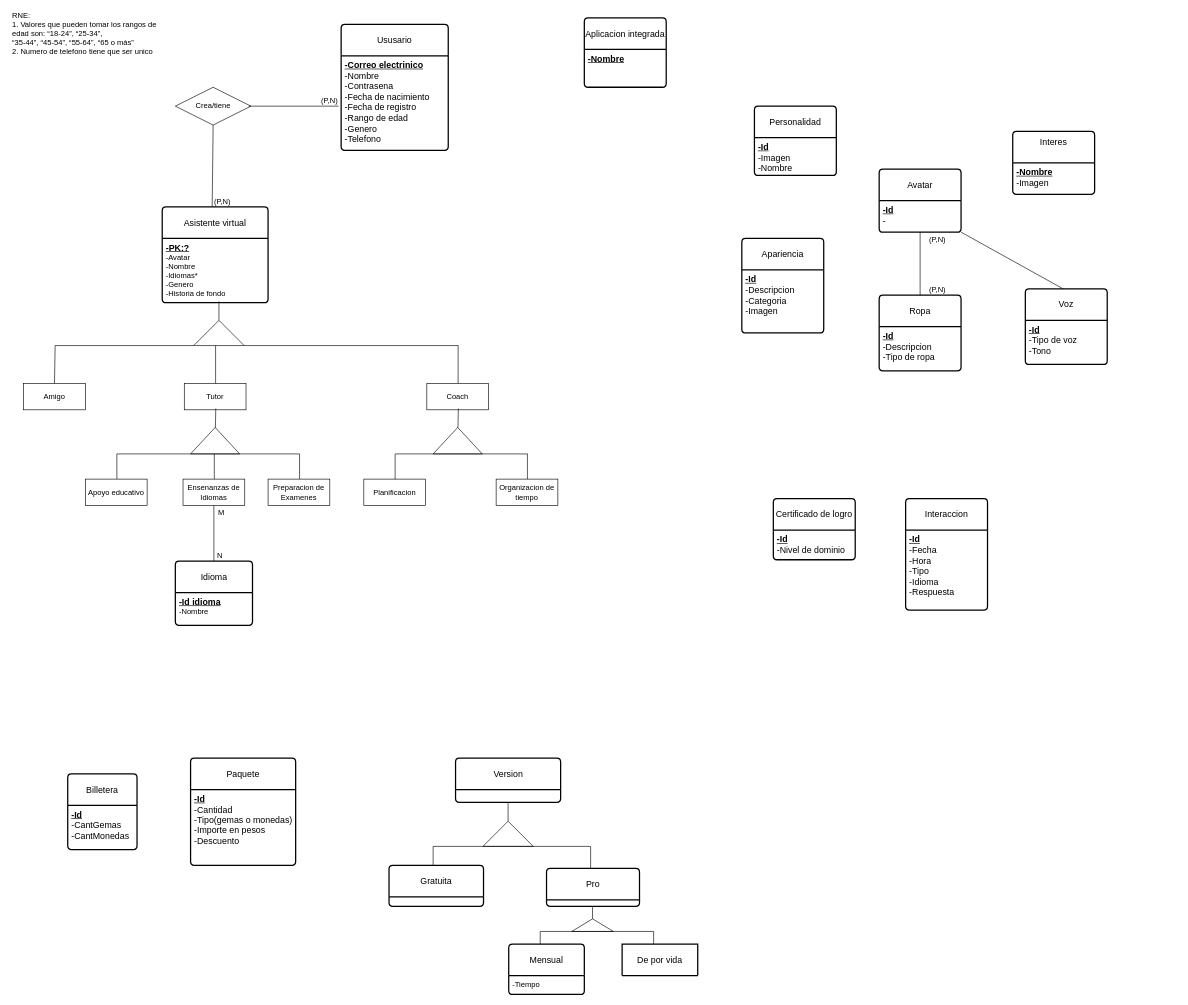
This is Untitled Diagram.drawio from Nicopiriz18/obligatorio_BD, a draw.io file, before an edit. Source tidied: cells renumbered, new cells numbered last; positions are measured from the earlier drawing's top-left corner, leaving out a move shared by most shapes. Both pictures are drawn from the tidied source at 63%, with x=0, y=0 at pixel (11, 18).
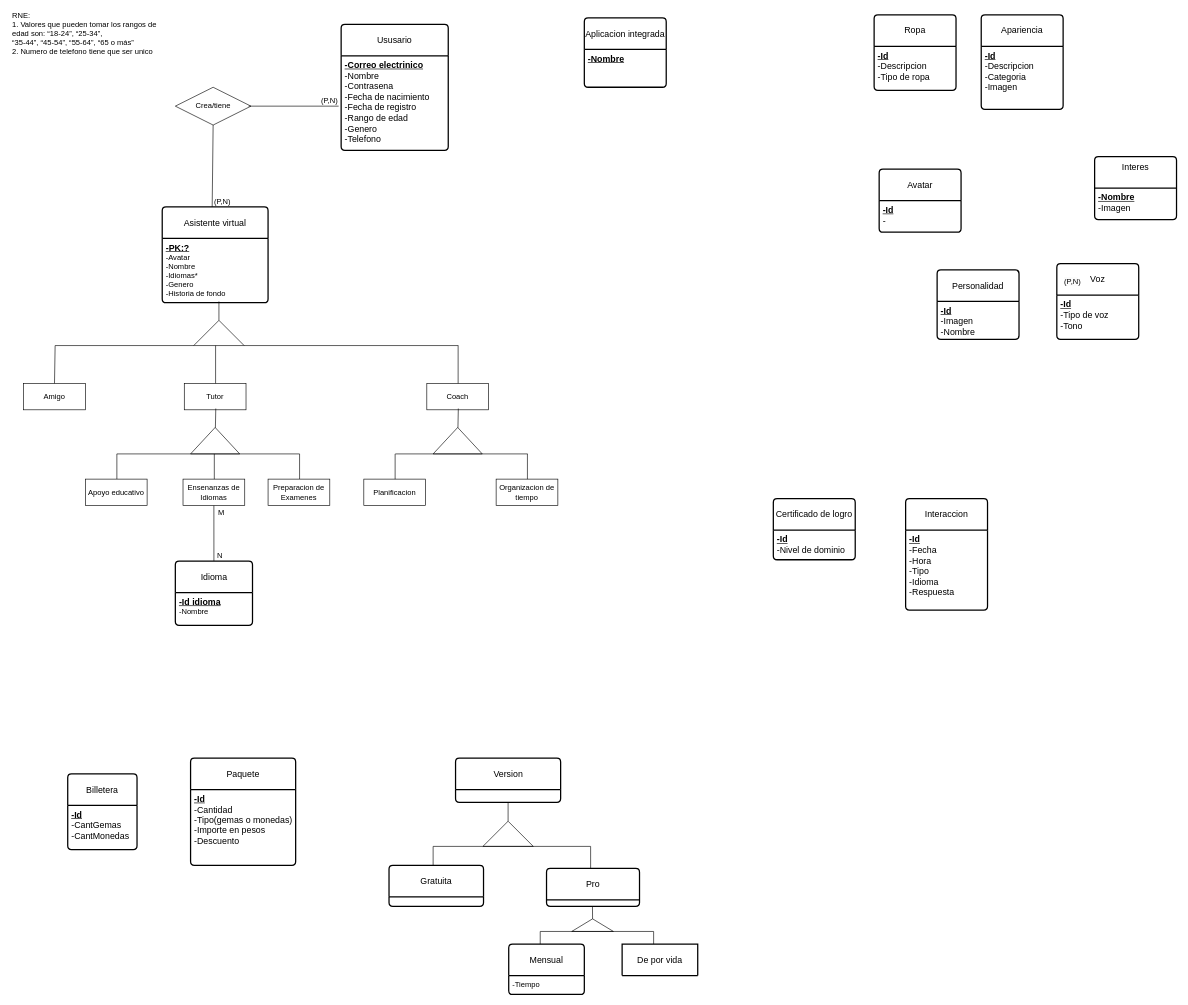
The same page after the edit.

The change refers to these unchanged cells:
```xml
<mxCell id="38" value="&lt;span style=&quot;font-weight: 700; text-decoration-line: underline; font-size: 14px;&quot;&gt;&lt;font style=&quot;font-size: 14px;&quot;&gt;-Id&lt;/font&gt;&lt;/span&gt;&lt;div style=&quot;font-size: 14px;&quot;&gt;&lt;font style=&quot;font-size: 14px;&quot;&gt;-&lt;/font&gt;&lt;span style=&quot;font-size: 13px; font-weight: 700; text-decoration-line: underline;&quot;&gt;&lt;br&gt;&lt;/span&gt;&lt;/div&gt;" style="align=left;strokeColor=none;fillColor=none;spacingLeft=4;fontSize=12;verticalAlign=top;html=1;" parent="37" vertex="1">
  <mxGeometry y="50" width="130" height="50" as="geometry" />
</mxCell>
```

Diff of the diagram source:
```diff
@@
     <mxCell id="39" value="Personalidad" style="swimlane;horizontal=1;startSize=50;rounded=1;fontSize=14;fontStyle=0;strokeWidth=2;shadow=0;dashed=0;align=center;arcSize=4;whiteSpace=wrap;html=1;" parent="1" vertex="1">
-      <mxGeometry x="1180" y="140" width="130" height="110" as="geometry" />
+      <mxGeometry x="1470" y="400" width="130" height="110" as="geometry" />
     </mxCell>
@@
     <mxCell id="41" value="Interes&lt;div&gt;&lt;br&gt;&lt;/div&gt;" style="swimlane;horizontal=1;startSize=50;rounded=1;fontSize=14;fontStyle=0;strokeWidth=2;shadow=0;dashed=0;align=center;arcSize=4;whiteSpace=wrap;html=1;" parent="1" vertex="1">
-      <mxGeometry x="1590" y="180" width="130" height="100" as="geometry" />
+      <mxGeometry x="1720" y="220" width="130" height="100" as="geometry" />
     </mxCell>
@@
     <mxCell id="43" value="Apariencia" style="swimlane;horizontal=1;startSize=50;rounded=1;fontSize=14;fontStyle=0;strokeWidth=2;shadow=0;dashed=0;align=center;arcSize=4;whiteSpace=wrap;html=1;" parent="1" vertex="1">
-      <mxGeometry x="1160" y="350" width="130" height="150" as="geometry" />
+      <mxGeometry x="1540" y="-5" width="130" height="150" as="geometry" />
     </mxCell>
@@
     <mxCell id="45" value="Ropa" style="swimlane;horizontal=1;startSize=50;rounded=1;fontSize=14;fontStyle=0;strokeWidth=2;shadow=0;dashed=0;align=center;arcSize=4;whiteSpace=wrap;html=1;" parent="1" vertex="1">
-      <mxGeometry x="1378" y="440" width="130" height="120" as="geometry" />
+      <mxGeometry x="1370" y="-5" width="130" height="120" as="geometry" />
     </mxCell>
@@
     <mxCell id="48" value="Voz" style="swimlane;horizontal=1;startSize=50;rounded=1;fontSize=14;fontStyle=0;strokeWidth=2;shadow=0;dashed=0;align=center;arcSize=4;whiteSpace=wrap;html=1;" parent="1" vertex="1">
-      <mxGeometry x="1610" y="430" width="130" height="120" as="geometry" />
+      <mxGeometry x="1660" y="390" width="130" height="120" as="geometry" />
     </mxCell>
@@
-    <mxCell id="83" style="endArrow=none;html=1;rounded=0;exitX=0.5;exitY=0;exitDx=0;exitDy=0;entryX=0.5;entryY=1;entryDx=0;entryDy=0;" parent="1" edge="1" source="45" target="38">
-      <mxGeometry relative="1" as="geometry" />
-    </mxCell>
-    <mxCell id="84" value="(P,N&lt;span style=&quot;background-color: initial;&quot;&gt;)&lt;/span&gt;" style="html=1;whiteSpace=wrap;align=right;verticalAlign=bottom;" parent="1" vertex="1">
+    <mxCell id="84" style="html=1;whiteSpace=wrap;align=right;verticalAlign=bottom;" parent="1" vertex="1">
       <mxGeometry x="1485" y="440" as="geometry" />
     </mxCell>
-    <mxCell id="85" value="(P,N&lt;span style=&quot;background-color: initial;&quot;&gt;)&lt;/span&gt;" style="html=1;whiteSpace=wrap;align=right;verticalAlign=bottom;" parent="1" vertex="1">
-      <mxGeometry x="1485" y="360" as="geometry" />
+    <mxCell id="85" value="&lt;span style=&quot;color: rgb(0, 0, 0); font-family: Helvetica; font-size: 12px; font-style: normal; font-variant-ligatures: normal; font-variant-caps: normal; font-weight: 400; letter-spacing: normal; orphans: 2; text-align: right; text-indent: 0px; text-transform: none; widows: 2; word-spacing: 0px; -webkit-text-stroke-width: 0px; white-space: nowrap; background-color: rgb(251, 251, 251); text-decoration-thickness: initial; text-decoration-style: initial; text-decoration-color: initial; display: inline !important; float: none;&quot;&gt;(P,N&lt;/span&gt;&lt;span style=&quot;forced-color-adjust: none; color: rgb(0, 0, 0); font-family: Helvetica; font-size: 12px; font-style: normal; font-variant-ligatures: normal; font-variant-caps: normal; font-weight: 400; letter-spacing: normal; orphans: 2; text-align: right; text-indent: 0px; text-transform: none; widows: 2; word-spacing: 0px; -webkit-text-stroke-width: 0px; white-space: nowrap; background-color: initial; text-decoration-thickness: initial; text-decoration-style: initial; text-decoration-color: initial;&quot;&gt;)&lt;/span&gt;" style="text;whiteSpace=wrap;html=1;" parent="1" vertex="1">
+      <mxGeometry x="1670" y="405" width="60" height="40" as="geometry" />
     </mxCell>
-    <mxCell id="86" style="endArrow=none;html=1;rounded=0;entryX=0.462;entryY=0;entryDx=0;entryDy=0;entryPerimeter=0;" parent="1" edge="1" target="48">
-      <mxGeometry relative="1" as="geometry">
-        <mxPoint x="1508" y="340" as="sourcePoint" />
-      </mxGeometry>
-    </mxCell>
```
